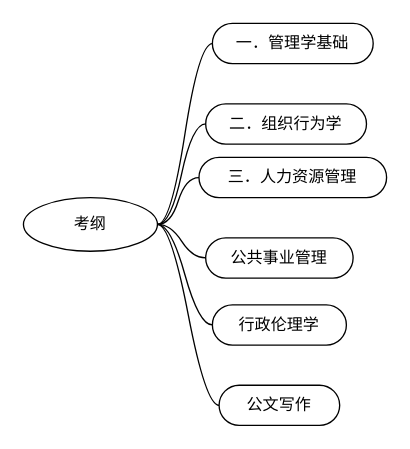
Above: Untitled Diagram.drawio in liaiaun/Test (draw.io), before the change. Source tidied: cells renumbered, new cells numbered last; positions are measured from the earlier drawing's top-left corner, leaving out a move shared by most shapes. Both pictures are drawn from the tidied source at 134%, with x=0, y=0 at pixel (23, 23).
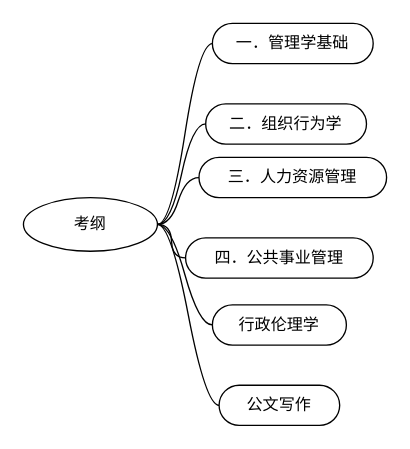
The same page after the edit.

Diff of the diagram source:
```diff
@@
 <mxGraphModel>
   <root>
     <mxCell id="0" />
     <mxCell id="1" parent="0" />
     <mxCell id="2" value="考纲" style="ellipse;whiteSpace=wrap;html=1;align=center;newEdgeStyle={&quot;edgeStyle&quot;:&quot;entityRelationEdgeStyle&quot;,&quot;startArrow&quot;:&quot;none&quot;,&quot;endArrow&quot;:&quot;none&quot;,&quot;segment&quot;:10,&quot;curved&quot;:1};direction=west;" parent="1" vertex="1">
       <mxGeometry y="130" width="100" height="40" as="geometry" />
     </mxCell>
     <mxCell id="3" value="二．组织行为学" style="whiteSpace=wrap;html=1;rounded=1;arcSize=50;align=center;verticalAlign=middle;strokeWidth=1;spacing=4;newEdgeStyle={&quot;edgeStyle&quot;:&quot;entityRelationEdgeStyle&quot;,&quot;startArrow&quot;:&quot;none&quot;,&quot;endArrow&quot;:&quot;none&quot;,&quot;segment&quot;:10,&quot;curved&quot;:1};" parent="1" vertex="1">
       <mxGeometry x="136" y="60" width="120" height="30" as="geometry" />
     </mxCell>
     <mxCell id="4" style="edgeStyle=entityRelationEdgeStyle;startArrow=none;endArrow=none;segment=10;curved=1;exitX=0;exitY=0.5;exitDx=0;exitDy=0;" parent="1" edge="1" source="2" target="3">
       <mxGeometry relative="1" as="geometry" />
     </mxCell>
     <mxCell id="5" value="一．管理学基础" style="whiteSpace=wrap;html=1;rounded=1;arcSize=50;align=center;verticalAlign=middle;strokeWidth=1;spacing=4;newEdgeStyle={&quot;edgeStyle&quot;:&quot;entityRelationEdgeStyle&quot;,&quot;startArrow&quot;:&quot;none&quot;,&quot;endArrow&quot;:&quot;none&quot;,&quot;segment&quot;:10,&quot;curved&quot;:1};" parent="1" vertex="1">
       <mxGeometry x="141" width="120" height="30" as="geometry" />
     </mxCell>
     <mxCell id="6" style="edgeStyle=entityRelationEdgeStyle;startArrow=none;endArrow=none;segment=10;curved=1;exitX=0;exitY=0.5;exitDx=0;exitDy=0;" parent="1" edge="1" source="2" target="5">
       <mxGeometry relative="1" as="geometry" />
     </mxCell>
     <mxCell id="7" value="三．人力资源管理" style="whiteSpace=wrap;html=1;rounded=1;arcSize=50;align=center;verticalAlign=middle;strokeWidth=1;spacing=4;newEdgeStyle={&quot;edgeStyle&quot;:&quot;entityRelationEdgeStyle&quot;,&quot;startArrow&quot;:&quot;none&quot;,&quot;endArrow&quot;:&quot;none&quot;,&quot;segment&quot;:10,&quot;curved&quot;:1};" parent="1" vertex="1">
       <mxGeometry x="131" y="100" width="140" height="30" as="geometry" />
     </mxCell>
     <mxCell id="8" style="edgeStyle=entityRelationEdgeStyle;startArrow=none;endArrow=none;segment=10;curved=1;" parent="1" edge="1" source="2" target="7">
       <mxGeometry relative="1" as="geometry" />
     </mxCell>
     <mxCell id="9" value="行政伦理学" style="whiteSpace=wrap;html=1;rounded=1;arcSize=50;align=center;verticalAlign=middle;strokeWidth=1;spacing=4;newEdgeStyle={&quot;edgeStyle&quot;:&quot;entityRelationEdgeStyle&quot;,&quot;startArrow&quot;:&quot;none&quot;,&quot;endArrow&quot;:&quot;none&quot;,&quot;segment&quot;:10,&quot;curved&quot;:1};" parent="1" vertex="1">
       <mxGeometry x="141" y="210" width="100" height="30" as="geometry" />
     </mxCell>
     <mxCell id="10" style="edgeStyle=entityRelationEdgeStyle;startArrow=none;endArrow=none;segment=10;curved=1;exitX=0;exitY=0.5;exitDx=0;exitDy=0;" parent="1" edge="1" source="2" target="9">
       <mxGeometry relative="1" as="geometry" />
     </mxCell>
     <mxCell id="11" value="公文写作" style="whiteSpace=wrap;html=1;rounded=1;arcSize=50;align=center;verticalAlign=middle;strokeWidth=1;spacing=4;newEdgeStyle={&quot;edgeStyle&quot;:&quot;entityRelationEdgeStyle&quot;,&quot;startArrow&quot;:&quot;none&quot;,&quot;endArrow&quot;:&quot;none&quot;,&quot;segment&quot;:10,&quot;curved&quot;:1};" parent="1" vertex="1">
       <mxGeometry x="146" y="270" width="90" height="30" as="geometry" />
     </mxCell>
     <mxCell id="12" style="edgeStyle=entityRelationEdgeStyle;startArrow=none;endArrow=none;segment=10;curved=1;exitX=0;exitY=0.5;exitDx=0;exitDy=0;" parent="1" edge="1" source="2" target="11">
       <mxGeometry relative="1" as="geometry" />
     </mxCell>
-    <mxCell id="13" value="公共事业管理" style="whiteSpace=wrap;html=1;rounded=1;arcSize=50;align=center;verticalAlign=middle;strokeWidth=1;spacing=4;newEdgeStyle={&quot;edgeStyle&quot;:&quot;entityRelationEdgeStyle&quot;,&quot;startArrow&quot;:&quot;none&quot;,&quot;endArrow&quot;:&quot;none&quot;,&quot;segment&quot;:10,&quot;curved&quot;:1};" parent="1" vertex="1">
-      <mxGeometry x="136" y="160" width="110" height="30" as="geometry" />
+    <mxCell id="13" value="四．公共事业管理" style="whiteSpace=wrap;html=1;rounded=1;arcSize=50;align=center;verticalAlign=middle;strokeWidth=1;spacing=4;newEdgeStyle={&quot;edgeStyle&quot;:&quot;entityRelationEdgeStyle&quot;,&quot;startArrow&quot;:&quot;none&quot;,&quot;endArrow&quot;:&quot;none&quot;,&quot;segment&quot;:10,&quot;curved&quot;:1};" parent="1" vertex="1">
+      <mxGeometry x="121" y="160" width="140" height="30" as="geometry" />
     </mxCell>
     <mxCell id="14" style="edgeStyle=entityRelationEdgeStyle;startArrow=none;endArrow=none;segment=10;curved=1;exitX=0;exitY=0.5;exitDx=0;exitDy=0;" parent="1" edge="1" source="2" target="13">
       <mxGeometry relative="1" as="geometry" />
     </mxCell>
   </root>
 </mxGraphModel>
```
